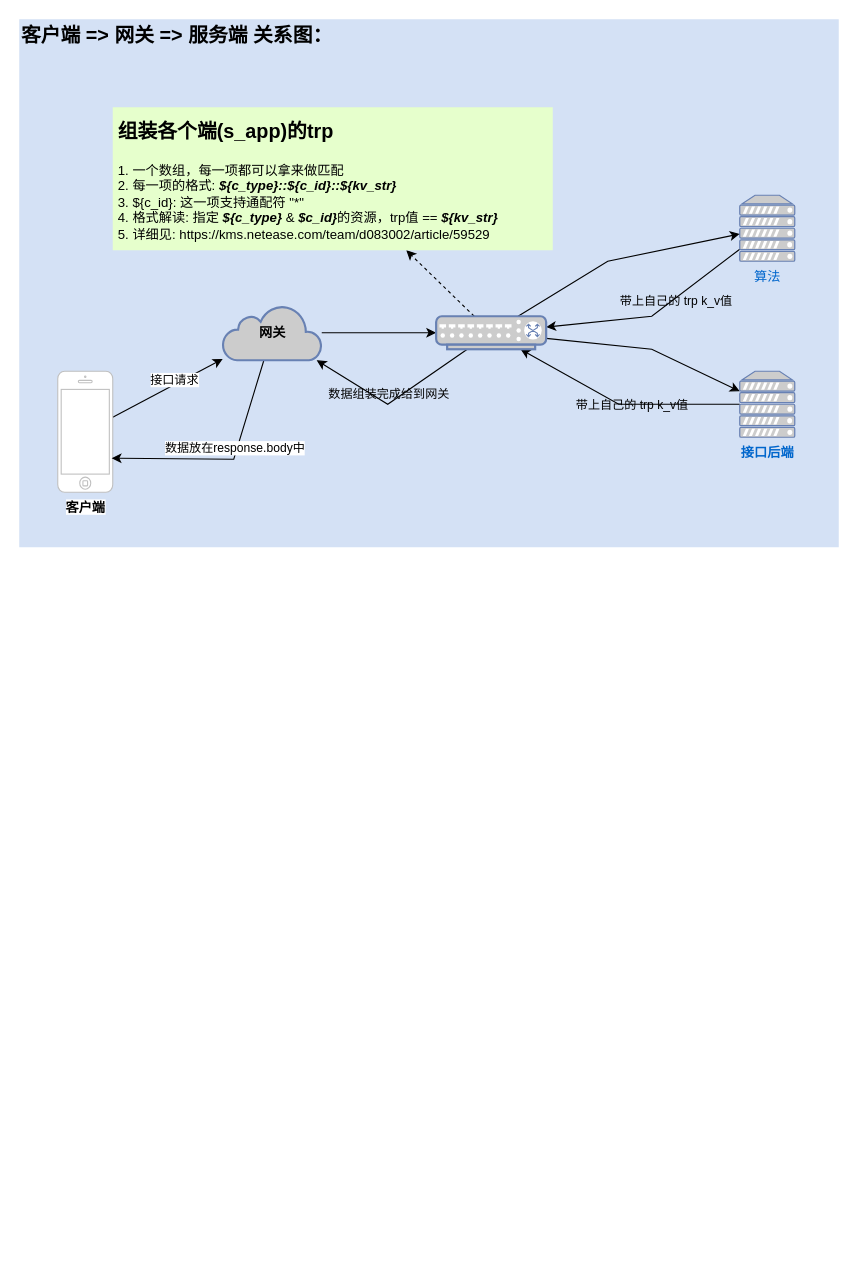
The draw.io diagram netease/EventTracing/s_ctraceid&s_ctrp.drawio in ShakeShakeMe/diagrams, before the edit. Source tidied: cells renumbered, new cells numbered last; positions are measured from the earlier drawing's top-left corner, leaving out a move shared by most shapes. Both pictures are drawn from the tidied source at 110%, with x=0, y=0 at pixel (19, 19).
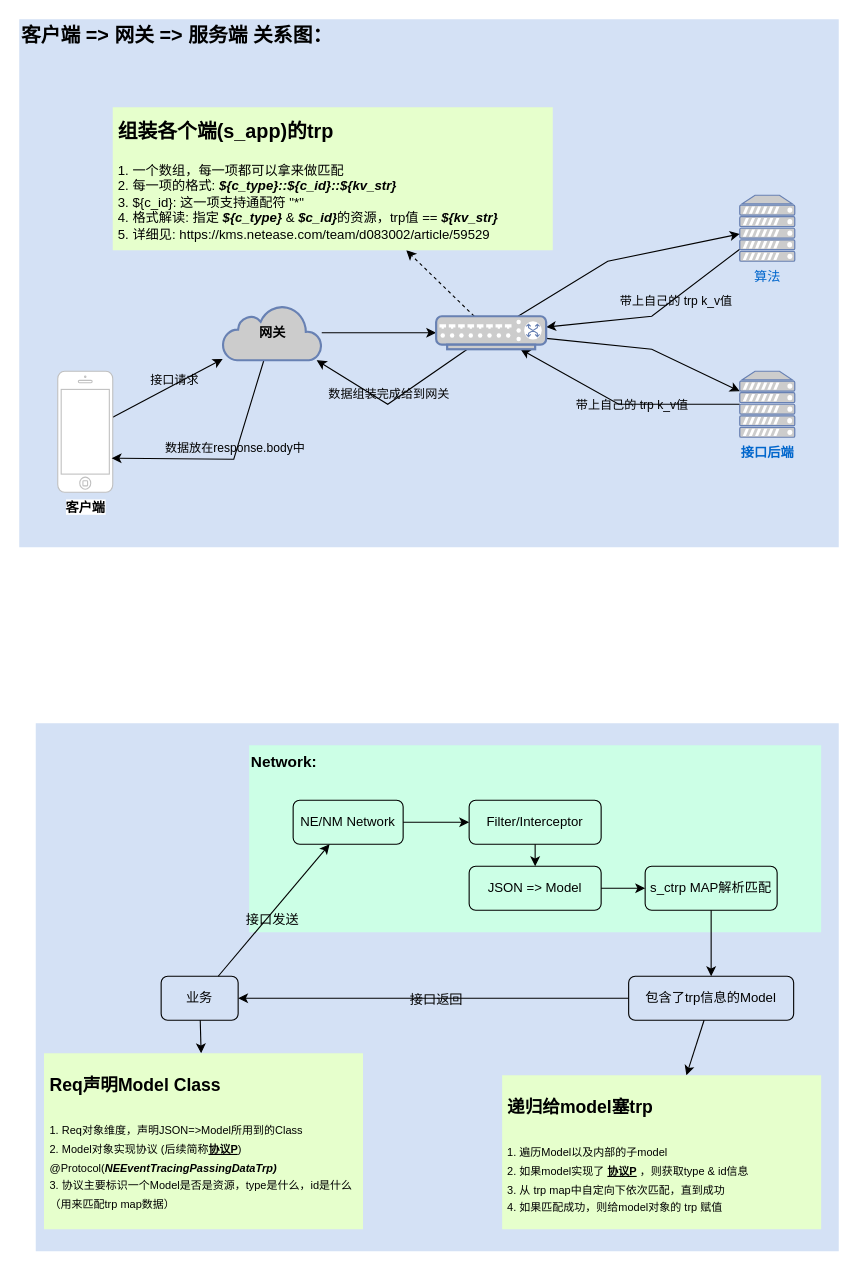
After the change.

Unchanged cells that the change refers to:
```xml
<mxCell id="3" style="rounded=0;jettySize=auto;html=1;fontColor=#000000;" parent="1" edge="1" source="5" target="9">
  <mxGeometry relative="1" as="geometry" />
</mxCell>
<mxCell id="7" style="edgeStyle=none;rounded=0;jettySize=auto;html=1;fontSize=11;fontColor=#000000;entryX=0.98;entryY=0.718;entryDx=0;entryDy=0;entryPerimeter=0;" parent="1" edge="1" source="9" target="5">
  <mxGeometry relative="1" as="geometry">
    <Array as="points">
      <mxPoint x="195" y="400" />
    </Array>
  </mxGeometry>
</mxCell>
```

What changed in the source:
```diff
@@
+    <mxCell id="24" style="rounded=0;whiteSpace=wrap;html=1;dashed=1;dashPattern=1 1;labelBackgroundColor=none;fontSize=11;fontColor=#000000;strokeColor=none;fillColor=#D4E1F5;" parent="1" vertex="1">
+      <mxGeometry x="15" y="640" width="730" height="480" as="geometry" />
+    </mxCell>
+    <mxCell id="25" style="rounded=0;whiteSpace=wrap;html=1;dashed=1;dashPattern=1 1;labelBackgroundColor=none;fontSize=11;fontColor=#000000;strokeColor=none;fillColor=#CCFFE6;" parent="1" vertex="1">
+      <mxGeometry x="209" y="660" width="520" height="170" as="geometry" />
+    </mxCell>
@@
-    <mxCell id="4" value="接口请求" style="edgeLabel;html=1;align=center;verticalAlign=middle;fontColor=#000000;" parent="3" vertex="1">
+    <mxCell id="4" value="接口请求" style="edgeLabel;html=1;align=center;verticalAlign=middle;fontColor=#000000;labelBackgroundColor=none;" parent="3" vertex="1">
       <mxGeometry x="0.17" y="5" relative="1" as="geometry">
         <mxPoint y="1" as="offset" />
       </mxGeometry>
     </mxCell>
@@
-    <mxCell id="8" value="数据放在response.body中" style="edgeLabel;html=1;align=center;verticalAlign=middle;fontSize=11;fontColor=#000000;" parent="7" vertex="1">
+    <mxCell id="8" value="数据放在response.body中" style="edgeLabel;html=1;align=center;verticalAlign=middle;fontSize=11;fontColor=#000000;labelBackgroundColor=none;" parent="7" vertex="1">
       <mxGeometry x="0.17" relative="1" as="geometry">
         <mxPoint x="26" y="-10" as="offset" />
       </mxGeometry>
     </mxCell>
@@
+    <mxCell id="26" style="edgeStyle=none;rounded=0;jettySize=auto;html=1;fontSize=12;fontColor=#000000;" parent="1" edge="1" source="29" target="31">
+      <mxGeometry relative="1" as="geometry" />
+    </mxCell>
+    <mxCell id="27" value="接口发送" style="edgeLabel;html=1;align=center;verticalAlign=middle;fontSize=12;fontColor=#000000;labelBackgroundColor=none;" parent="26" vertex="1">
+      <mxGeometry x="-0.09" y="-4" relative="1" as="geometry" />
+    </mxCell>
+    <mxCell id="28" style="edgeStyle=none;rounded=0;jettySize=auto;html=1;fontSize=10;fontColor=#000000;" parent="1" edge="1" source="29" target="43">
+      <mxGeometry relative="1" as="geometry" />
+    </mxCell>
+    <mxCell id="29" value="业务" style="rounded=1;whiteSpace=wrap;html=1;labelBackgroundColor=none;fontSize=12;fontColor=#000000;strokeColor=default;fillColor=none;" parent="1" vertex="1">
+      <mxGeometry x="129" y="870" width="70" height="40" as="geometry" />
+    </mxCell>
+    <mxCell id="30" style="edgeStyle=none;rounded=0;jettySize=auto;html=1;fontSize=12;fontColor=#000000;" parent="1" edge="1" source="31" target="33">
+      <mxGeometry relative="1" as="geometry" />
+    </mxCell>
+    <mxCell id="31" value="NE/NM Network" style="rounded=1;whiteSpace=wrap;html=1;labelBackgroundColor=none;fontSize=12;fontColor=#000000;strokeColor=default;fillColor=none;" parent="1" vertex="1">
+      <mxGeometry x="249" y="710" width="100" height="40" as="geometry" />
+    </mxCell>
+    <mxCell id="32" style="edgeStyle=none;rounded=0;jettySize=auto;html=1;fontSize=12;fontColor=#000000;" parent="1" edge="1" source="33" target="35">
+      <mxGeometry relative="1" as="geometry" />
+    </mxCell>
+    <mxCell id="33" value="Filter/Interceptor&lt;br&gt;" style="rounded=1;whiteSpace=wrap;html=1;labelBackgroundColor=none;fontSize=12;fontColor=#000000;strokeColor=default;fillColor=none;" parent="1" vertex="1">
+      <mxGeometry x="409" y="710" width="120" height="40" as="geometry" />
+    </mxCell>
+    <mxCell id="34" style="edgeStyle=none;rounded=0;jettySize=auto;html=1;fontSize=12;fontColor=#000000;" parent="1" edge="1" source="35" target="37">
+      <mxGeometry relative="1" as="geometry" />
+    </mxCell>
+    <mxCell id="35" value="JSON =&amp;gt; Model" style="rounded=1;whiteSpace=wrap;html=1;labelBackgroundColor=none;fontSize=12;fontColor=#000000;strokeColor=default;fillColor=none;" parent="1" vertex="1">
+      <mxGeometry x="409" y="770" width="120" height="40" as="geometry" />
+    </mxCell>
+    <mxCell id="36" style="edgeStyle=none;rounded=0;jettySize=auto;html=1;fontSize=12;fontColor=#000000;" parent="1" edge="1" source="37" target="41">
+      <mxGeometry relative="1" as="geometry" />
+    </mxCell>
+    <mxCell id="37" value="s_ctrp MAP解析匹配" style="rounded=1;whiteSpace=wrap;html=1;labelBackgroundColor=none;fontSize=12;fontColor=#000000;strokeColor=default;fillColor=none;" parent="1" vertex="1">
+      <mxGeometry x="569" y="770" width="120" height="40" as="geometry" />
+    </mxCell>
+    <mxCell id="38" style="edgeStyle=none;rounded=0;jettySize=auto;html=1;fontSize=12;fontColor=#000000;" parent="1" edge="1" source="41" target="29">
+      <mxGeometry relative="1" as="geometry" />
+    </mxCell>
+    <mxCell id="39" value="接口返回" style="edgeLabel;html=1;align=center;verticalAlign=middle;fontSize=12;fontColor=#000000;labelBackgroundColor=none;" parent="38" vertex="1">
+      <mxGeometry x="-0.01" y="1" relative="1" as="geometry" />
+    </mxCell>
+    <mxCell id="40" style="edgeStyle=none;rounded=0;jettySize=auto;html=1;fontSize=10;fontColor=#000000;" parent="1" edge="1" source="41" target="44">
+      <mxGeometry relative="1" as="geometry" />
+    </mxCell>
+    <mxCell id="41" value="包含了trp信息的Model" style="rounded=1;whiteSpace=wrap;html=1;labelBackgroundColor=none;fontSize=12;fontColor=#000000;strokeColor=default;fillColor=none;" parent="1" vertex="1">
+      <mxGeometry x="554" y="870" width="150" height="40" as="geometry" />
+    </mxCell>
+    <mxCell id="42" value="&lt;b&gt;&lt;font style=&quot;font-size: 14px&quot;&gt;Network:&lt;/font&gt;&lt;/b&gt;" style="text;html=1;strokeColor=none;fillColor=none;align=left;verticalAlign=middle;whiteSpace=wrap;rounded=0;labelBackgroundColor=none;fontSize=12;fontColor=#000000;" parent="1" vertex="1">
+      <mxGeometry x="209" y="660" width="60" height="30" as="geometry" />
+    </mxCell>
+    <mxCell id="43" value="&lt;h1&gt;&lt;font style=&quot;font-size: 16px&quot;&gt;Req声明Model Class&lt;/font&gt;&lt;/h1&gt;&lt;p&gt;&lt;font style=&quot;font-size: 10px&quot;&gt;1. Req对象维度，声明JSON=&amp;gt;Model所用到的Class&lt;br&gt;2. Model对象实现协议 (后续简称&lt;b&gt;&lt;u&gt;协议P&lt;/u&gt;&lt;/b&gt;) @Protocol(&lt;b style=&quot;font-style: italic&quot;&gt;NEEventTracingPassingDataTrp)&lt;/b&gt;&lt;br&gt;3. 协议主要标识一个Model是否是资源，type是什么，id是什么（用来匹配trp map数据）&lt;/font&gt;&lt;/p&gt;" style="text;html=1;strokeColor=none;fillColor=#E6FFCC;spacing=5;spacingTop=-20;whiteSpace=wrap;overflow=hidden;rounded=0;labelBackgroundColor=none;fontSize=14;fontColor=#000000;" parent="1" vertex="1">
+      <mxGeometry x="22.5" y="940" width="290" height="160" as="geometry" />
+    </mxCell>
+    <mxCell id="44" value="&lt;h1&gt;&lt;span style=&quot;font-size: 16px&quot;&gt;递归给model塞trp&lt;/span&gt;&lt;/h1&gt;&lt;p&gt;&lt;font style=&quot;font-size: 10px&quot;&gt;1. 遍历Model以及内部的子model&lt;br&gt;2. 如果model实现了 &lt;u&gt;&lt;b&gt;协议P&lt;/b&gt;&lt;/u&gt;&amp;nbsp;，则获取type &amp;amp; id信息&lt;br&gt;3. 从 trp map中自定向下依次匹配，直到成功&lt;br&gt;4. 如果匹配成功，则给model对象的 trp 赋值&lt;/font&gt;&lt;/p&gt;" style="text;html=1;strokeColor=none;fillColor=#E6FFCC;spacing=5;spacingTop=-20;whiteSpace=wrap;overflow=hidden;rounded=0;labelBackgroundColor=none;fontSize=14;fontColor=#000000;" parent="1" vertex="1">
+      <mxGeometry x="439" y="960" width="290" height="140" as="geometry" />
+    </mxCell>
```
